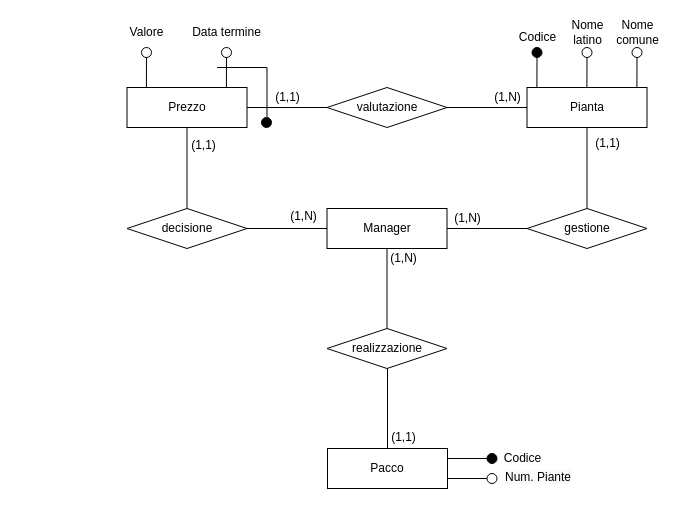
Above: ER-diagrams/ER-Manager.drawio in nic-agos/Verde-S.R.L (draw.io), before the change. Source tidied: cells renumbered, new cells numbered last; positions are measured from the earlier drawing's top-left corner, leaving out a move shared by most shapes. Both pictures are drawn from the tidied source at 100%, with x=0, y=0 at pixel (121, 17).
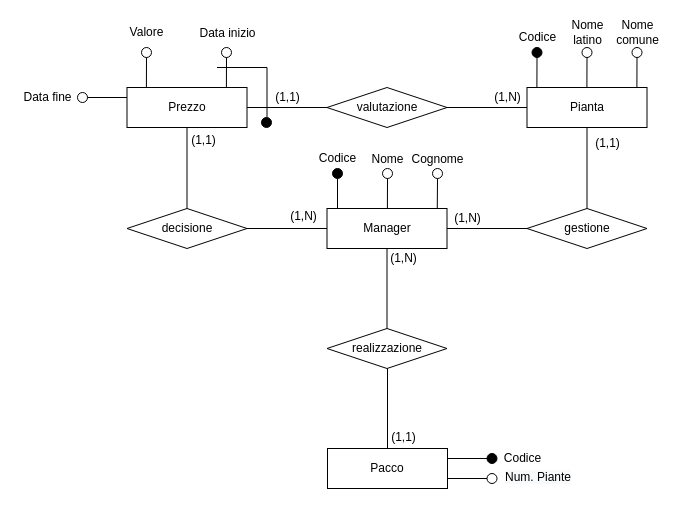
The same diagram, later.

The change refers to these unchanged cells:
```xml
<mxCell id="12" value="Prezzo" style="rounded=0;whiteSpace=wrap;html=1;strokeWidth=1;perimeterSpacing=0;" parent="1" vertex="1">
  <mxGeometry x="5.5" y="70" width="120" height="40" as="geometry" />
</mxCell>
<mxCell id="26" value="Manager" style="rounded=0;whiteSpace=wrap;html=1;strokeWidth=1;perimeterSpacing=0;" parent="1" vertex="1">
  <mxGeometry x="205.5" y="191" width="120" height="40" as="geometry" />
</mxCell>
```

What changed in the source:
```diff
@@
-    <mxCell id="20" value="Data termine" style="text;html=1;align=center;verticalAlign=middle;strokeColor=none;fillColor=none;" parent="1" vertex="1">
-      <mxGeometry x="65" y="5" width="80" height="20" as="geometry" />
-    </mxCell>
@@
     <mxCell id="32" value="(1,1)" style="text;html=1;align=center;verticalAlign=middle;strokeColor=none;fillColor=none;" parent="1" vertex="1">
-      <mxGeometry x="62" y="118" width="40" height="20" as="geometry" />
+      <mxGeometry x="62" y="113" width="40" height="20" as="geometry" />
     </mxCell>
@@
+    <mxCell id="49" value="Data inizio" style="text;html=1;align=center;verticalAlign=middle;strokeColor=none;fillColor=none;" parent="1" vertex="1">
+      <mxGeometry x="71" y="6" width="70" height="20" as="geometry" />
+    </mxCell>
+    <mxCell id="50" style="ellipse;whiteSpace=wrap;html=1;strokeWidth=1;fillColor=none;" parent="1" vertex="1">
+      <mxGeometry x="-44" y="75" width="10" height="10" as="geometry" />
+    </mxCell>
+    <mxCell id="51" style="endArrow=none;html=1;rounded=0;entryX=0;entryY=0.25;entryDx=0;entryDy=0;exitX=1;exitY=0.5;exitDx=0;exitDy=0;" parent="1" edge="1" source="50" target="12">
+      <mxGeometry relative="1" as="geometry" />
+    </mxCell>
+    <mxCell id="52" value="Data fine" style="text;html=1;align=center;verticalAlign=middle;strokeColor=none;fillColor=none;" parent="1" vertex="1">
+      <mxGeometry x="-104" y="70" width="60" height="20" as="geometry" />
+    </mxCell>
+    <mxCell id="53" style="endArrow=none;html=1;rounded=0;fillColor=#000000;exitX=0.5;exitY=1;exitDx=0;exitDy=0;" parent="1" edge="1" source="54">
+      <mxGeometry relative="1" as="geometry">
+        <mxPoint x="216" y="191" as="targetPoint" />
+      </mxGeometry>
+    </mxCell>
+    <mxCell id="54" style="ellipse;whiteSpace=wrap;html=1;strokeWidth=1;fillColor=#000000;" parent="1" vertex="1">
+      <mxGeometry x="211" y="151" width="10" height="10" as="geometry" />
+    </mxCell>
+    <mxCell id="55" value="Codice" style="text;html=1;align=center;verticalAlign=middle;strokeColor=none;fillColor=none;" parent="1" vertex="1">
+      <mxGeometry x="191" y="131" width="50" height="20" as="geometry" />
+    </mxCell>
+    <mxCell id="56" style="endArrow=none;html=1;rounded=0;fillColor=#000000;entryX=0.166;entryY=0;entryDx=0;entryDy=0;entryPerimeter=0;exitX=0.5;exitY=1;exitDx=0;exitDy=0;" parent="1" edge="1" source="57">
+      <mxGeometry relative="1" as="geometry">
+        <mxPoint x="265.9" y="191" as="targetPoint" />
+      </mxGeometry>
+    </mxCell>
+    <mxCell id="57" style="ellipse;whiteSpace=wrap;html=1;strokeWidth=1;fillColor=none;" parent="1" vertex="1">
+      <mxGeometry x="261" y="151" width="10" height="10" as="geometry" />
+    </mxCell>
+    <mxCell id="58" value="Nome" style="text;html=1;align=center;verticalAlign=middle;strokeColor=none;fillColor=none;" parent="1" vertex="1">
+      <mxGeometry x="241" y="132" width="50" height="20" as="geometry" />
+    </mxCell>
+    <mxCell id="59" style="endArrow=none;html=1;rounded=0;fillColor=#000000;exitX=0.5;exitY=1;exitDx=0;exitDy=0;entryX=0.919;entryY=-0.003;entryDx=0;entryDy=0;entryPerimeter=0;" parent="1" edge="1" source="60" target="26">
+      <mxGeometry relative="1" as="geometry" />
+    </mxCell>
+    <mxCell id="60" style="ellipse;whiteSpace=wrap;html=1;strokeWidth=1;fillColor=none;" parent="1" vertex="1">
+      <mxGeometry x="311" y="151" width="10" height="10" as="geometry" />
+    </mxCell>
+    <mxCell id="61" value="Cognome" style="text;html=1;align=center;verticalAlign=middle;strokeColor=none;fillColor=none;" parent="1" vertex="1">
+      <mxGeometry x="281" y="132" width="70" height="20" as="geometry" />
+    </mxCell>
```
